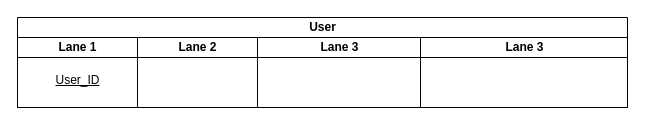
Earlier version of the draw.io diagram DBDesign.drawio (tp12356twNccu/Database_NCCU). Source tidied: cells renumbered, new cells numbered last; positions are measured from the earlier drawing's top-left corner, leaving out a move shared by most shapes. Both pictures are drawn from the tidied source at 100%, with x=0, y=0 at pixel (17, 17).
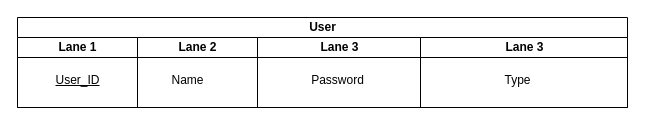
After the change.

Diff of the diagram source:
```diff
@@
 <mxGraphModel>
   <root>
     <mxCell id="0" />
     <mxCell id="1" parent="0" />
     <mxCell id="2" value="User" style="swimlane;startSize=20;html=1;" parent="1" vertex="1">
       <mxGeometry width="610" height="90" as="geometry" />
     </mxCell>
     <mxCell id="3" value="Lane 1" style="swimlane;startSize=20;html=1;" parent="2" vertex="1">
       <mxGeometry y="20" width="120" height="70" as="geometry" />
     </mxCell>
     <mxCell id="4" value="&lt;u&gt;User_ID&lt;/u&gt;" style="text;html=1;align=center;verticalAlign=middle;strokeColor=none;fillColor=none;" parent="3" vertex="1">
       <mxGeometry x="25" y="28" width="70" height="30" as="geometry" />
     </mxCell>
     <mxCell id="5" value="Lane 2" style="swimlane;startSize=20;html=1;" parent="2" vertex="1">
       <mxGeometry x="120" y="20" width="120" height="70" as="geometry" />
     </mxCell>
     <mxCell id="6" value="Lane 3" style="swimlane;startSize=20;html=1;" parent="2" vertex="1">
       <mxGeometry x="240" y="20" width="163" height="70" as="geometry" />
     </mxCell>
     <mxCell id="7" value="Lane 3" style="swimlane;startSize=20;html=1;" parent="2" vertex="1">
       <mxGeometry x="403" y="20" width="207" height="70" as="geometry" />
     </mxCell>
+    <mxCell id="8" value="Name" style="text;html=1;align=center;verticalAlign=middle;strokeColor=none;fillColor=none;" parent="1" vertex="1">
+      <mxGeometry x="140" y="48" width="60" height="30" as="geometry" />
+    </mxCell>
+    <mxCell id="9" value="Password" style="text;html=1;align=center;verticalAlign=middle;strokeColor=none;fillColor=none;" parent="1" vertex="1">
+      <mxGeometry x="280" y="48" width="80" height="30" as="geometry" />
+    </mxCell>
+    <mxCell id="10" value="Type" style="text;html=1;align=center;verticalAlign=middle;strokeColor=none;fillColor=none;" parent="1" vertex="1">
+      <mxGeometry x="475" y="48" width="50" height="30" as="geometry" />
+    </mxCell>
   </root>
 </mxGraphModel>
```
